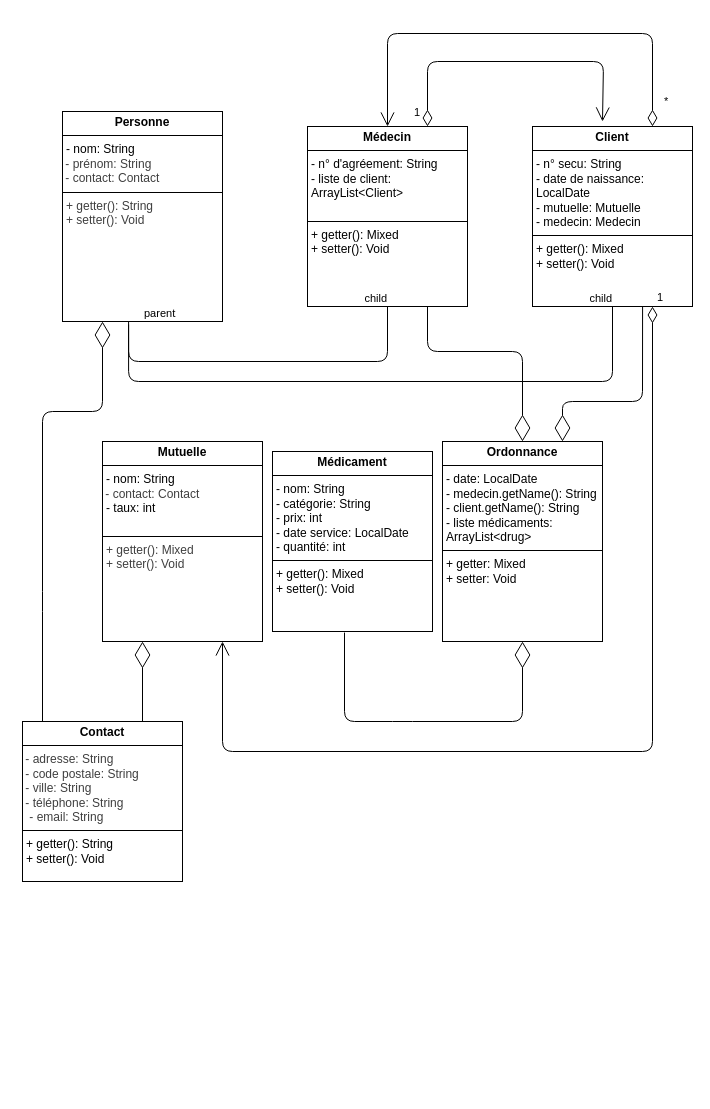
Above: Sparadrap/src/training/afpa/sparadrap/uml/classDiagram.drawio in juliuselgringo/ECFjrou (draw.io), before the change. Source tidied: cells renumbered, new cells numbered last; positions are measured from the earlier drawing's top-left corner, leaving out a move shared by most shapes. Both pictures are drawn from the tidied source at 100%, with x=0, y=0 at pixel (22, 33).
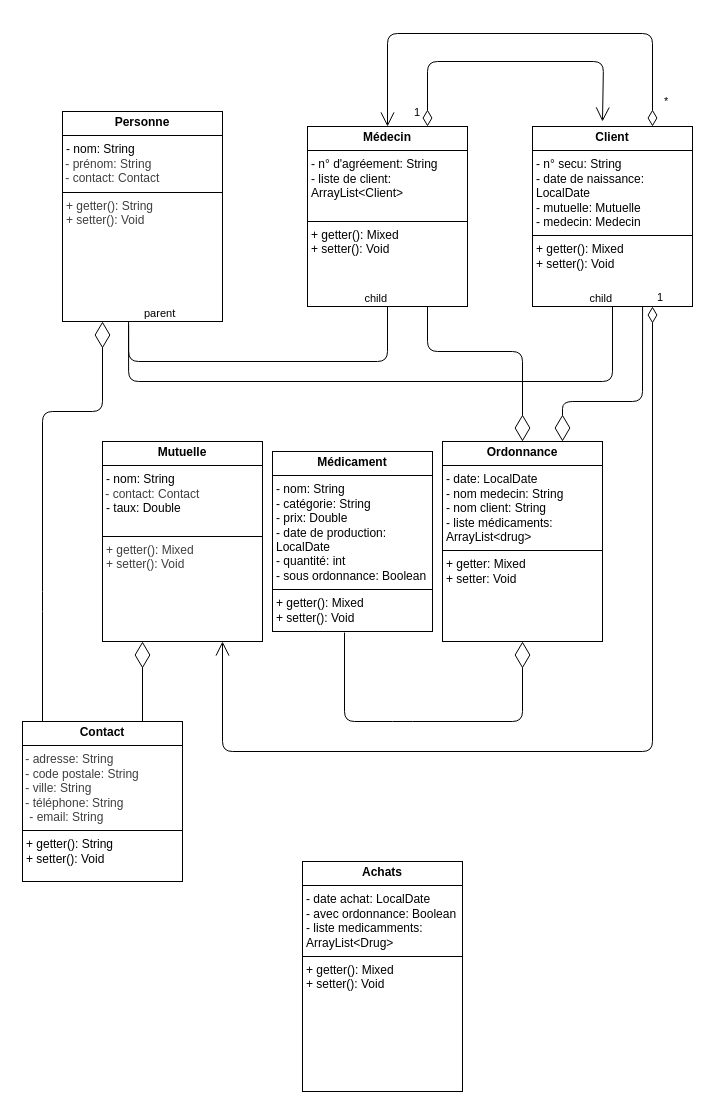
After the change.

What changed in the source:
```diff
@@
-    <mxCell id="4" value="&lt;p style=&quot;margin:0px;margin-top:4px;text-align:center;&quot;&gt;&lt;b&gt;Médicament&lt;/b&gt;&lt;/p&gt;&lt;hr size=&quot;1&quot; style=&quot;border-style:solid;&quot;&gt;&lt;p style=&quot;margin:0px;margin-left:4px;&quot;&gt;- nom: String&lt;/p&gt;&lt;p style=&quot;margin:0px;margin-left:4px;&quot;&gt;- catégorie: String&lt;/p&gt;&lt;p style=&quot;margin:0px;margin-left:4px;&quot;&gt;- prix: int&lt;/p&gt;&lt;p style=&quot;margin:0px;margin-left:4px;&quot;&gt;- date service: LocalDate&lt;/p&gt;&lt;p style=&quot;margin:0px;margin-left:4px;&quot;&gt;- quantité: int&lt;/p&gt;&lt;hr size=&quot;1&quot; style=&quot;border-style:solid;&quot;&gt;&lt;p style=&quot;margin:0px;margin-left:4px;&quot;&gt;+ getter(): Mixed&lt;/p&gt;&lt;p style=&quot;margin:0px;margin-left:4px;&quot;&gt;+ setter(): Void&lt;/p&gt;" style="verticalAlign=top;align=left;overflow=fill;html=1;whiteSpace=wrap;" parent="1" vertex="1">
+    <mxCell id="4" value="&lt;p style=&quot;margin:0px;margin-top:4px;text-align:center;&quot;&gt;&lt;b&gt;Médicament&lt;/b&gt;&lt;/p&gt;&lt;hr size=&quot;1&quot; style=&quot;border-style:solid;&quot;&gt;&lt;p style=&quot;margin:0px;margin-left:4px;&quot;&gt;- nom: String&lt;/p&gt;&lt;p style=&quot;margin:0px;margin-left:4px;&quot;&gt;- catégorie: String&lt;/p&gt;&lt;p style=&quot;margin:0px;margin-left:4px;&quot;&gt;- prix: Double&lt;/p&gt;&lt;p style=&quot;margin:0px;margin-left:4px;&quot;&gt;- date de production: LocalDate&lt;/p&gt;&lt;p style=&quot;margin:0px;margin-left:4px;&quot;&gt;- quantité: int&lt;/p&gt;&lt;p style=&quot;margin:0px;margin-left:4px;&quot;&gt;- sous ordonnance: Boolean&lt;/p&gt;&lt;hr size=&quot;1&quot; style=&quot;border-style:solid;&quot;&gt;&lt;p style=&quot;margin:0px;margin-left:4px;&quot;&gt;+ getter(): Mixed&lt;/p&gt;&lt;p style=&quot;margin:0px;margin-left:4px;&quot;&gt;+ setter(): Void&lt;/p&gt;" style="verticalAlign=top;align=left;overflow=fill;html=1;whiteSpace=wrap;" parent="1" vertex="1">
       <mxGeometry x="250" y="418" width="160" height="180" as="geometry" />
     </mxCell>
-    <mxCell id="5" value="&lt;p style=&quot;margin:0px;margin-top:4px;text-align:center;&quot;&gt;&lt;b&gt;Mutuelle&lt;/b&gt;&lt;/p&gt;&lt;hr size=&quot;1&quot; style=&quot;border-style:solid;&quot;&gt;&lt;p style=&quot;margin:0px;margin-left:4px;&quot;&gt;- nom: String&lt;/p&gt;&lt;div style=&quot;scrollbar-color: rgb(226, 226, 226) rgb(251, 251, 251); color: rgb(63, 63, 63);&quot;&gt;&lt;span style=&quot;scrollbar-color: rgb(226, 226, 226) rgb(251, 251, 251); text-align: center; background-color: transparent; color: rgb(63, 63, 63);&quot;&gt;&amp;nbsp;- contact: Contact&lt;/span&gt;&lt;/div&gt;&lt;p style=&quot;margin:0px;margin-left:4px;&quot;&gt;- taux: int&lt;/p&gt;&lt;p style=&quot;margin:0px;margin-left:4px;&quot;&gt;&lt;br&gt;&lt;/p&gt;&lt;hr size=&quot;1&quot; style=&quot;border-style:solid;&quot;&gt;&lt;p style=&quot;color: rgb(63, 63, 63); scrollbar-color: rgb(226, 226, 226) rgb(251, 251, 251); margin: 0px 0px 0px 4px;&quot;&gt;+ getter(): Mixed&lt;/p&gt;&lt;p style=&quot;color: rgb(63, 63, 63); scrollbar-color: rgb(226, 226, 226) rgb(251, 251, 251); margin: 0px 0px 0px 4px;&quot;&gt;+ setter(): Void&lt;/p&gt;" style="verticalAlign=top;align=left;overflow=fill;html=1;whiteSpace=wrap;" parent="1" vertex="1">
+    <mxCell id="5" value="&lt;p style=&quot;margin:0px;margin-top:4px;text-align:center;&quot;&gt;&lt;b&gt;Mutuelle&lt;/b&gt;&lt;/p&gt;&lt;hr size=&quot;1&quot; style=&quot;border-style:solid;&quot;&gt;&lt;p style=&quot;margin:0px;margin-left:4px;&quot;&gt;- nom: String&lt;/p&gt;&lt;div style=&quot;scrollbar-color: rgb(226, 226, 226) rgb(251, 251, 251); color: rgb(63, 63, 63);&quot;&gt;&lt;span style=&quot;scrollbar-color: rgb(226, 226, 226) rgb(251, 251, 251); text-align: center; background-color: transparent; color: rgb(63, 63, 63);&quot;&gt;&amp;nbsp;- contact: Contact&lt;/span&gt;&lt;/div&gt;&lt;p style=&quot;margin:0px;margin-left:4px;&quot;&gt;- taux: Double&lt;/p&gt;&lt;p style=&quot;margin:0px;margin-left:4px;&quot;&gt;&lt;br&gt;&lt;/p&gt;&lt;hr size=&quot;1&quot; style=&quot;border-style:solid;&quot;&gt;&lt;p style=&quot;color: rgb(63, 63, 63); scrollbar-color: rgb(226, 226, 226) rgb(251, 251, 251); margin: 0px 0px 0px 4px;&quot;&gt;+ getter(): Mixed&lt;/p&gt;&lt;p style=&quot;color: rgb(63, 63, 63); scrollbar-color: rgb(226, 226, 226) rgb(251, 251, 251); margin: 0px 0px 0px 4px;&quot;&gt;+ setter(): Void&lt;/p&gt;" style="verticalAlign=top;align=left;overflow=fill;html=1;whiteSpace=wrap;" parent="1" vertex="1">
       <mxGeometry x="80" y="408" width="160" height="200" as="geometry" />
     </mxCell>
@@
-    <mxCell id="13" value="&lt;p style=&quot;margin:0px;margin-top:4px;text-align:center;&quot;&gt;&lt;b&gt;Ordonnance&lt;/b&gt;&lt;/p&gt;&lt;hr size=&quot;1&quot; style=&quot;border-style:solid;&quot;&gt;&lt;p style=&quot;margin:0px;margin-left:4px;&quot;&gt;- date: LocalDate&lt;/p&gt;&lt;p style=&quot;margin:0px;margin-left:4px;&quot;&gt;- medecin.getName(): String&lt;/p&gt;&lt;p style=&quot;margin:0px;margin-left:4px;&quot;&gt;- client.getName(): String&lt;/p&gt;&lt;p style=&quot;margin:0px;margin-left:4px;&quot;&gt;- liste médicaments: ArrayList&amp;lt;drug&amp;gt;&lt;/p&gt;&lt;hr size=&quot;1&quot; style=&quot;border-style:solid;&quot;&gt;&lt;p style=&quot;margin:0px;margin-left:4px;&quot;&gt;+ getter: Mixed&lt;/p&gt;&lt;p style=&quot;margin:0px;margin-left:4px;&quot;&gt;+ setter: Void&lt;/p&gt;" style="verticalAlign=top;align=left;overflow=fill;html=1;whiteSpace=wrap;" parent="1" vertex="1">
+    <mxCell id="13" value="&lt;p style=&quot;margin:0px;margin-top:4px;text-align:center;&quot;&gt;&lt;b&gt;Ordonnance&lt;/b&gt;&lt;/p&gt;&lt;hr size=&quot;1&quot; style=&quot;border-style:solid;&quot;&gt;&lt;p style=&quot;margin:0px;margin-left:4px;&quot;&gt;- date: LocalDate&lt;/p&gt;&lt;p style=&quot;margin:0px;margin-left:4px;&quot;&gt;- nom medecin: String&lt;/p&gt;&lt;p style=&quot;margin:0px;margin-left:4px;&quot;&gt;- nom client: String&lt;/p&gt;&lt;p style=&quot;margin:0px;margin-left:4px;&quot;&gt;- liste médicaments: ArrayList&amp;lt;drug&amp;gt;&lt;/p&gt;&lt;hr size=&quot;1&quot; style=&quot;border-style:solid;&quot;&gt;&lt;p style=&quot;margin:0px;margin-left:4px;&quot;&gt;+ getter: Mixed&lt;/p&gt;&lt;p style=&quot;margin:0px;margin-left:4px;&quot;&gt;+ setter: Void&lt;/p&gt;" style="verticalAlign=top;align=left;overflow=fill;html=1;whiteSpace=wrap;" parent="1" vertex="1">
       <mxGeometry x="420" y="408" width="160" height="200" as="geometry" />
     </mxCell>
@@
+    <mxCell id="23" value="&lt;p style=&quot;margin:0px;margin-top:4px;text-align:center;&quot;&gt;&lt;b&gt;Achats&lt;/b&gt;&lt;/p&gt;&lt;hr size=&quot;1&quot; style=&quot;border-style:solid;&quot;&gt;&lt;p style=&quot;margin:0px;margin-left:4px;&quot;&gt;- date achat: LocalDate&lt;/p&gt;&lt;p style=&quot;margin:0px;margin-left:4px;&quot;&gt;- avec ordonnance: Boolean&lt;/p&gt;&lt;p style=&quot;margin:0px;margin-left:4px;&quot;&gt;- liste medicamments: ArrayList&amp;lt;Drug&amp;gt;&lt;/p&gt;&lt;hr size=&quot;1&quot; style=&quot;border-style:solid;&quot;&gt;&lt;p style=&quot;margin:0px;margin-left:4px;&quot;&gt;+ getter(): Mixed&lt;/p&gt;&lt;p style=&quot;margin:0px;margin-left:4px;&quot;&gt;+ setter(): Void&lt;/p&gt;" style="verticalAlign=top;align=left;overflow=fill;html=1;whiteSpace=wrap;" parent="1" vertex="1">
+      <mxGeometry x="280" y="828" width="160" height="230" as="geometry" />
+    </mxCell>
```
